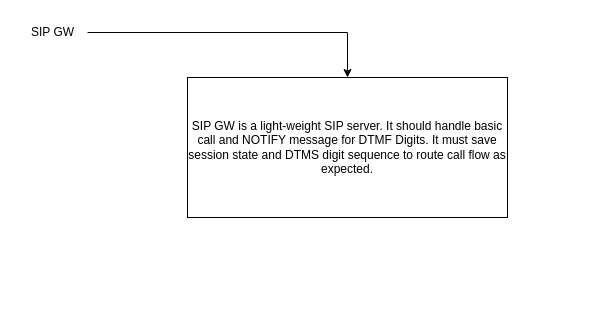
Earlier version of the draw.io diagram page "Sayfa -2" (2 of 2) of callcenter-int/Başlıksız Diyagram.drawio (sezerdulger/drawio). Source tidied: cells renumbered, new cells numbered last; positions are measured from the earlier drawing's top-left corner, leaving out a move shared by most shapes. Both pictures are drawn from the tidied source at 100%, with x=0, y=0 at pixel (17, 17).
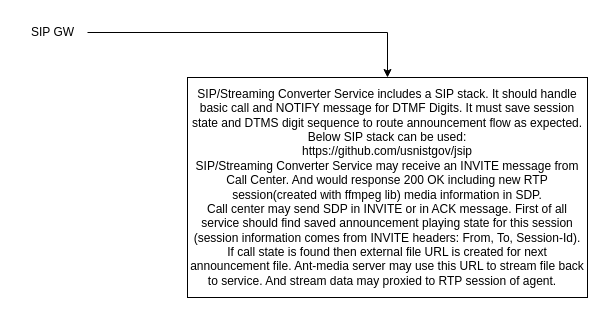
After the change.

The edit, as a diff of the source:
```diff
@@
 <mxGraphModel>
   <root>
     <mxCell id="0" />
     <mxCell id="1" parent="0" />
     <mxCell id="2" style="edgeStyle=orthogonalEdgeStyle;rounded=0;jettySize=auto;html=1;strokeColor=default;" parent="1" edge="1" source="3" target="4">
       <mxGeometry relative="1" as="geometry" />
     </mxCell>
     <mxCell id="3" value="SIP GW" style="text;html=1;align=center;verticalAlign=middle;points=[];strokeColor=none;fillColor=none;" parent="1" vertex="1">
       <mxGeometry width="70" height="30" as="geometry" />
     </mxCell>
-    <mxCell id="4" value="SIP GW is a light-weight SIP server. It should handle basic call and NOTIFY message for DTMF Digits. It must save session state and DTMS digit sequence to route call flow as expected." style="whiteSpace=wrap;html=1;" parent="1" vertex="1">
-      <mxGeometry x="170" y="60" width="320" height="140" as="geometry" />
+    <mxCell id="4" value="SIP/Streaming Converter Service&amp;nbsp;includes a SIP stack. It should handle basic call and NOTIFY message for DTMF Digits. It must save session state and DTMS digit sequence to route announcement flow as expected.&lt;br&gt;Below SIP stack can be used:&lt;br&gt;https://github.com/usnistgov/jsip&lt;br&gt;SIP/Streaming Converter Service may receive an INVITE message from Call Center. And would response 200 OK including new RTP session(created with ffmpeg lib) media information in SDP.&lt;br&gt;Call center may send SDP in INVITE or in ACK message. First of all service should find saved announcement playing state for this session (session information comes from INVITE headers: From, To, Session-Id).&lt;br&gt;If call state is found then external file URL is created for next announcement file. Ant-media server may use this URL to stream file back to service. And stream data may proxied to RTP session of agent.&amp;nbsp; &amp;nbsp;" style="whiteSpace=wrap;html=1;" parent="1" vertex="1">
+      <mxGeometry x="170" y="60" width="400" height="220" as="geometry" />
     </mxCell>
   </root>
 </mxGraphModel>
```
